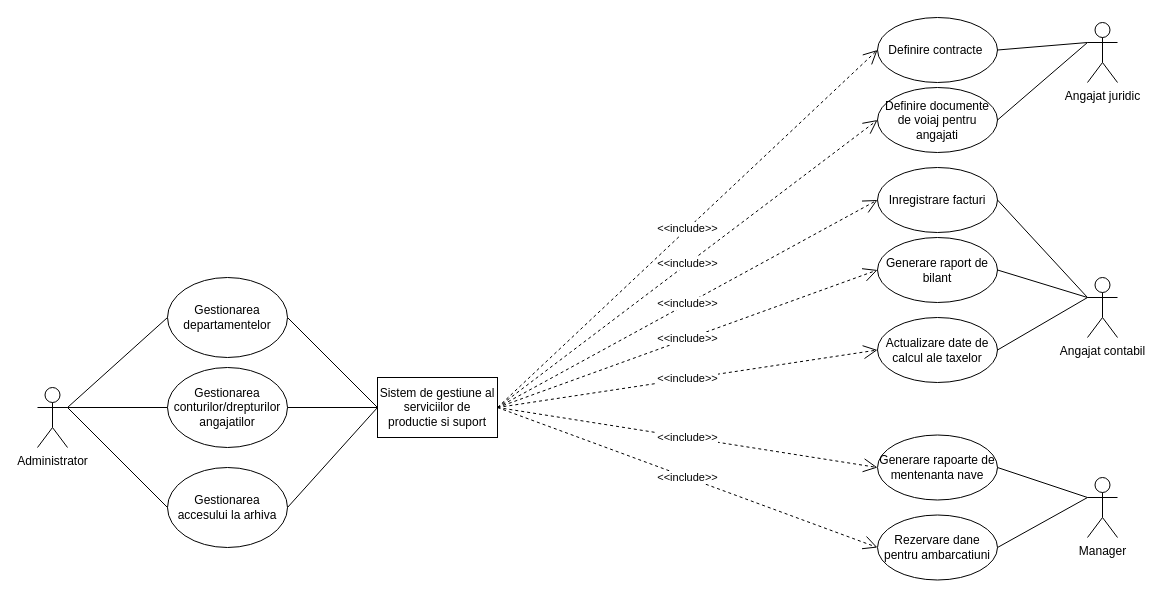
evamih/sistem-informatic-shipping keeps this draw.io diagram as diagrama_apsii_l3.drawio. Above is the earlier version. Source tidied: cells renumbered, new cells numbered last; positions are measured from the earlier drawing's top-left corner, leaving out a move shared by most shapes. Both pictures are drawn from the tidied source at 100%, with x=0, y=0 at pixel (37, 17).
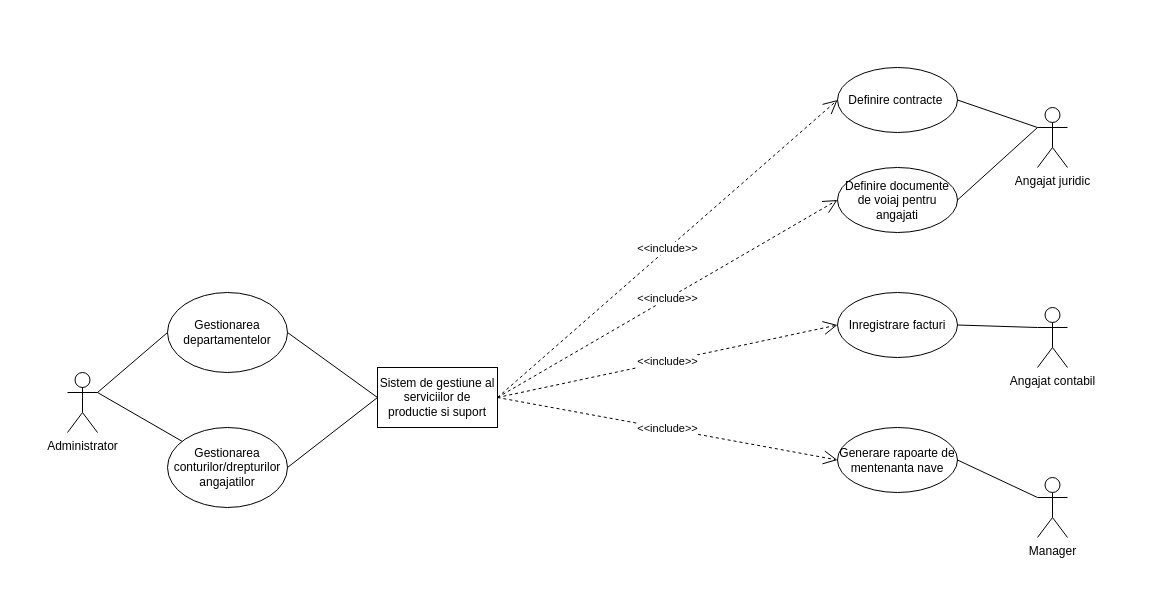
Above is the later version.

Commit message:
Update diagrama cazuri de utilizare - lab3

The edit, as a diff of the source:
```diff
@@
     <mxCell id="2" value="Administrator" style="shape=umlActor;verticalLabelPosition=bottom;verticalAlign=top;html=1;outlineConnect=0;" parent="1" vertex="1">
-      <mxGeometry y="370" width="30" height="60" as="geometry" />
+      <mxGeometry x="30" y="355" width="30" height="60" as="geometry" />
     </mxCell>
     <mxCell id="3" value="&lt;div&gt;Angajat contabil&lt;/div&gt;" style="shape=umlActor;verticalLabelPosition=bottom;verticalAlign=top;html=1;outlineConnect=0;" parent="1" vertex="1">
-      <mxGeometry x="1050" y="260" width="30" height="60" as="geometry" />
+      <mxGeometry x="1000" y="290" width="30" height="60" as="geometry" />
     </mxCell>
     <mxCell id="4" value="&lt;div&gt;Gestionarea departamentelor&lt;/div&gt;" style="ellipse;whiteSpace=wrap;html=1;" parent="1" vertex="1">
-      <mxGeometry x="130" y="260" width="120" height="80" as="geometry" />
+      <mxGeometry x="130" y="275" width="120" height="80" as="geometry" />
     </mxCell>
     <mxCell id="5" value="Gestionarea conturilor/drepturilor angajatilor" style="ellipse;whiteSpace=wrap;html=1;" parent="1" vertex="1">
-      <mxGeometry x="130" y="350" width="120" height="80" as="geometry" />
+      <mxGeometry x="130" y="410" width="120" height="80" as="geometry" />
     </mxCell>
-    <mxCell id="6" value="&lt;div&gt;Gestionarea accesului la arhiva&lt;/div&gt;" style="ellipse;whiteSpace=wrap;html=1;" parent="1" vertex="1">
-      <mxGeometry x="130" y="450" width="120" height="80" as="geometry" />
-    </mxCell>
     <mxCell id="7" value="Sistem de gestiune al serviciilor de productie si suport" style="rounded=0;whiteSpace=wrap;html=1;" parent="1" vertex="1">
-      <mxGeometry x="340" y="360" width="120" height="60" as="geometry" />
+      <mxGeometry x="340" y="350" width="120" height="60" as="geometry" />
     </mxCell>
@@
-    <mxCell id="10" style="endArrow=none;html=1;rounded=0;entryX=0;entryY=0.5;entryDx=0;entryDy=0;exitX=1;exitY=0.3333333333333333;exitDx=0;exitDy=0;exitPerimeter=0;" parent="1" edge="1" source="2" target="6">
-      <mxGeometry relative="1" as="geometry" />
-    </mxCell>
-    <mxCell id="11" style="endArrow=none;html=1;rounded=0;exitX=1;exitY=0.5;exitDx=0;exitDy=0;entryX=0;entryY=0.5;entryDx=0;entryDy=0;" parent="1" edge="1" source="6" target="7">
-      <mxGeometry relative="1" as="geometry" />
-    </mxCell>
@@
     <mxCell id="14" value="&lt;div&gt;Angajat juridic&lt;/div&gt;" style="shape=umlActor;verticalLabelPosition=bottom;verticalAlign=top;html=1;outlineConnect=0;" parent="1" vertex="1">
-      <mxGeometry x="1050" y="5" width="30" height="60" as="geometry" />
+      <mxGeometry x="1000" y="90" width="30" height="60" as="geometry" />
     </mxCell>
     <mxCell id="15" value="Manager" style="shape=umlActor;verticalLabelPosition=bottom;verticalAlign=top;html=1;outlineConnect=0;" parent="1" vertex="1">
-      <mxGeometry x="1050" y="460" width="30" height="60" as="geometry" />
+      <mxGeometry x="1000" y="460" width="30" height="60" as="geometry" />
     </mxCell>
     <mxCell id="16" value="Definire contracte&amp;nbsp;" style="ellipse;whiteSpace=wrap;html=1;" parent="1" vertex="1">
-      <mxGeometry x="840" width="120" height="65" as="geometry" />
+      <mxGeometry x="800" y="50" width="120" height="65" as="geometry" />
     </mxCell>
     <mxCell id="17" value="Definire documente de voiaj pentru angajati" style="ellipse;whiteSpace=wrap;html=1;" parent="1" vertex="1">
-      <mxGeometry x="840" y="70" width="120" height="65" as="geometry" />
+      <mxGeometry x="800" y="150" width="120" height="65" as="geometry" />
     </mxCell>
     <mxCell id="18" value="Inregistrare facturi" style="ellipse;whiteSpace=wrap;html=1;" parent="1" vertex="1">
-      <mxGeometry x="840" y="150" width="120" height="65" as="geometry" />
+      <mxGeometry x="800" y="275" width="120" height="65" as="geometry" />
     </mxCell>
-    <mxCell id="19" value="Generare raport de bilant" style="ellipse;whiteSpace=wrap;html=1;" parent="1" vertex="1">
-      <mxGeometry x="840" y="220" width="120" height="65" as="geometry" />
-    </mxCell>
-    <mxCell id="20" value="Actualizare date de calcul ale taxelor" style="ellipse;whiteSpace=wrap;html=1;" parent="1" vertex="1">
-      <mxGeometry x="840" y="300" width="120" height="65" as="geometry" />
-    </mxCell>
@@
     <mxCell id="24" value="Generare rapoarte de mentenanta nave" style="ellipse;whiteSpace=wrap;html=1;" parent="1" vertex="1">
-      <mxGeometry x="840" y="417.5" width="120" height="65" as="geometry" />
+      <mxGeometry x="800" y="410" width="120" height="65" as="geometry" />
     </mxCell>
-    <mxCell id="25" value="Rezervare dane pentru ambarcatiuni" style="ellipse;whiteSpace=wrap;html=1;" parent="1" vertex="1">
-      <mxGeometry x="840" y="497.5" width="120" height="65" as="geometry" />
-    </mxCell>
@@
-    <mxCell id="27" style="endArrow=none;html=1;rounded=0;exitX=1;exitY=0.5;exitDx=0;exitDy=0;entryX=0;entryY=0.3333333333333333;entryDx=0;entryDy=0;entryPerimeter=0;" parent="1" edge="1" source="25" target="15">
-      <mxGeometry relative="1" as="geometry" />
-    </mxCell>
-    <mxCell id="28" style="endArrow=none;html=1;rounded=0;entryX=0;entryY=0.3333333333333333;entryDx=0;entryDy=0;entryPerimeter=0;exitX=1;exitY=0.5;exitDx=0;exitDy=0;" parent="1" edge="1" source="20" target="3">
-      <mxGeometry relative="1" as="geometry" />
-    </mxCell>
-    <mxCell id="29" style="endArrow=none;html=1;rounded=0;exitX=1;exitY=0.5;exitDx=0;exitDy=0;entryX=0;entryY=0.3333333333333333;entryDx=0;entryDy=0;entryPerimeter=0;" parent="1" edge="1" source="19" target="3">
-      <mxGeometry relative="1" as="geometry" />
-    </mxCell>
@@
-    <mxCell id="33" value="&amp;lt;&amp;lt;include&amp;gt;&amp;gt;" style="endArrow=open;endSize=12;dashed=1;html=1;rounded=0;entryX=0;entryY=0.5;entryDx=0;entryDy=0;exitX=1;exitY=0.5;exitDx=0;exitDy=0;" parent="1" edge="1" source="7" target="19">
-      <mxGeometry relative="1" as="geometry" />
-    </mxCell>
-    <mxCell id="34" value="&amp;lt;&amp;lt;include&amp;gt;&amp;gt;" style="endArrow=open;endSize=12;dashed=1;html=1;rounded=0;exitX=1;exitY=0.5;exitDx=0;exitDy=0;entryX=0;entryY=0.5;entryDx=0;entryDy=0;" parent="1" edge="1" source="7" target="20">
-      <mxGeometry relative="1" as="geometry" />
-    </mxCell>
@@
-    <mxCell id="36" value="&amp;lt;&amp;lt;include&amp;gt;&amp;gt;" style="endArrow=open;endSize=12;dashed=1;html=1;rounded=0;exitX=1;exitY=0.5;exitDx=0;exitDy=0;entryX=0;entryY=0.5;entryDx=0;entryDy=0;" parent="1" edge="1" source="7" target="25">
-      <mxGeometry relative="1" as="geometry" />
-    </mxCell>
```
